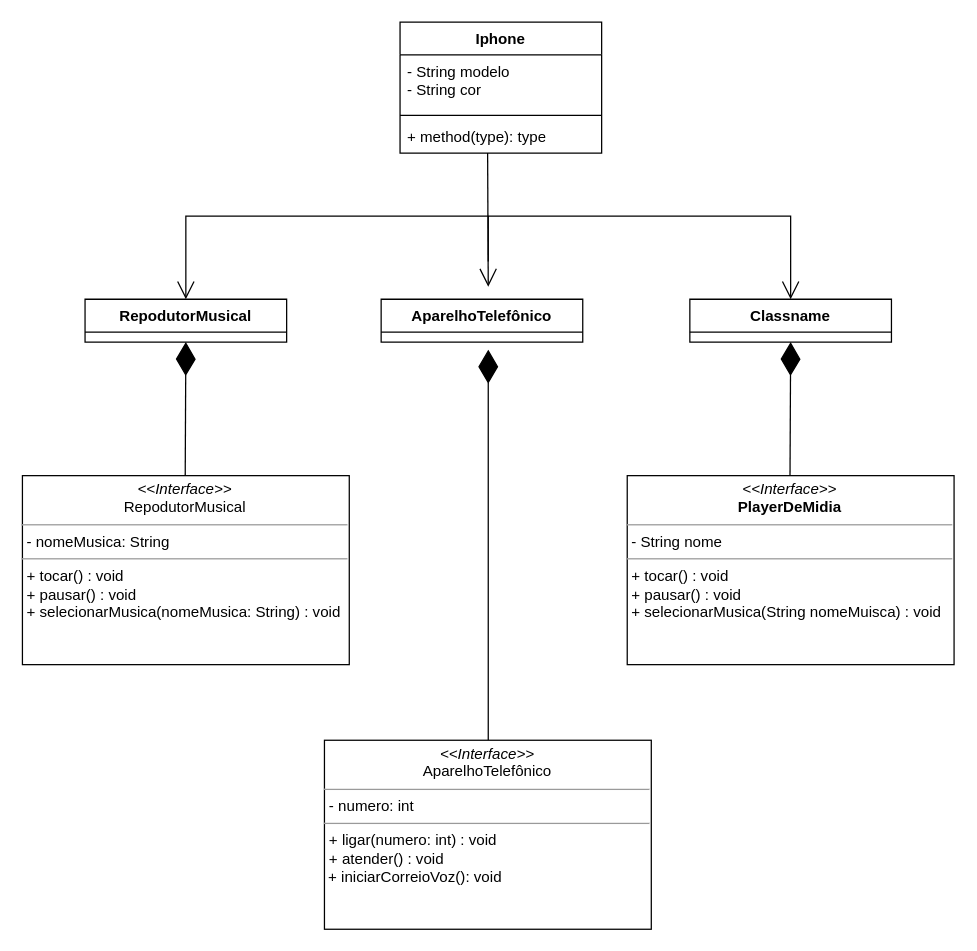
This is Untitled Diagram.drawio from xkyurax/uml-java-dio, a draw.io file, before an edit. Source tidied: cells renumbered, new cells numbered last; positions are measured from the earlier drawing's top-left corner, leaving out a move shared by most shapes. Both pictures are drawn from the tidied source at 126%, with x=0, y=0 at pixel (21, 21).
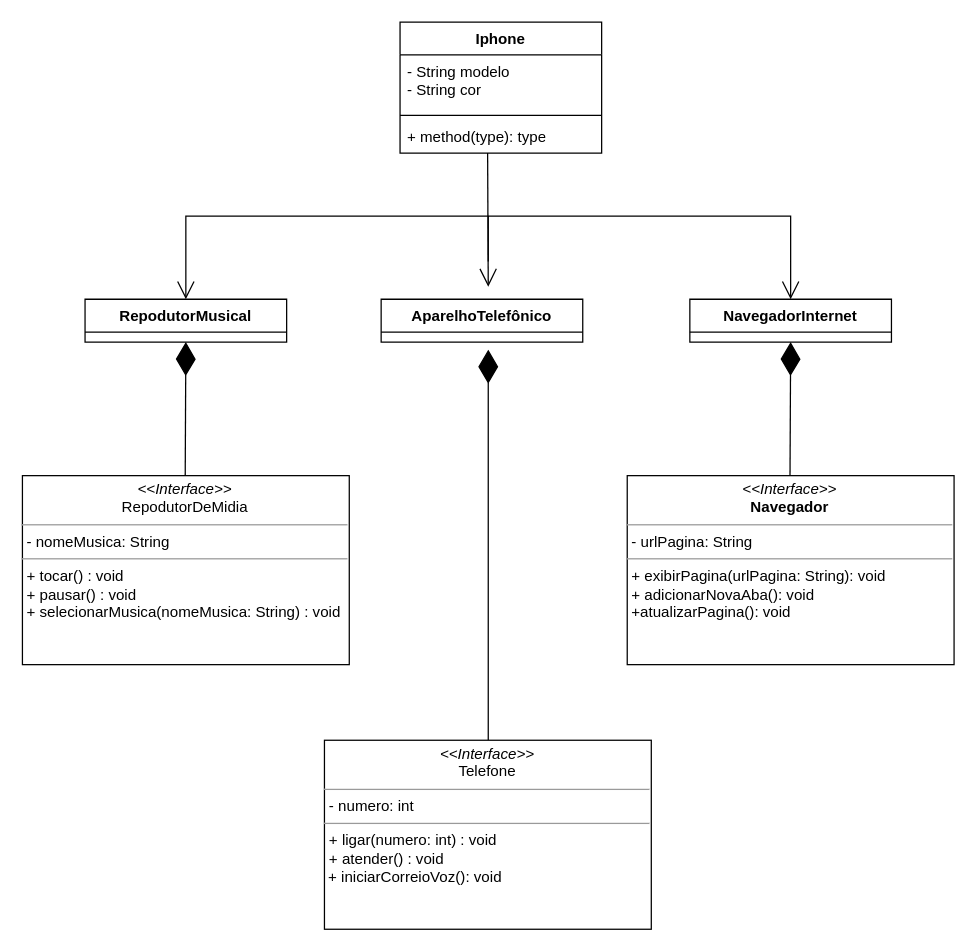
After the change.

What changed in the source:
```diff
@@
-    <mxCell id="9" value="&lt;p style=&quot;margin:0px;margin-top:4px;text-align:center;&quot;&gt;&lt;i&gt;&amp;lt;&amp;lt;Interface&amp;gt;&amp;gt;&lt;/i&gt;&lt;br&gt;RepodutorMusical&lt;br&gt;&lt;/p&gt;&lt;hr size=&quot;1&quot;&gt;&lt;p style=&quot;margin:0px;margin-left:4px;&quot;&gt;- nomeMusica: String&lt;/p&gt;&lt;hr size=&quot;1&quot;&gt;&lt;p style=&quot;margin:0px;margin-left:4px;&quot;&gt;+ tocar() : void&lt;br&gt;+ pausar() : void&lt;br&gt;&lt;/p&gt;&lt;p style=&quot;margin:0px;margin-left:4px;&quot;&gt;+ selecionarMusica&lt;span style=&quot;background-color: initial;&quot;&gt;(nomeMusica: String) : void&lt;/span&gt;&lt;/p&gt;" style="verticalAlign=top;align=left;overflow=fill;fontSize=12;fontFamily=Helvetica;html=1;whiteSpace=wrap;" parent="1" vertex="1">
+    <mxCell id="9" value="&lt;p style=&quot;margin:0px;margin-top:4px;text-align:center;&quot;&gt;&lt;i&gt;&amp;lt;&amp;lt;Interface&amp;gt;&amp;gt;&lt;/i&gt;&lt;br&gt;RepodutorDeMidia&lt;br&gt;&lt;/p&gt;&lt;hr size=&quot;1&quot;&gt;&lt;p style=&quot;margin:0px;margin-left:4px;&quot;&gt;- nomeMusica: String&lt;/p&gt;&lt;hr size=&quot;1&quot;&gt;&lt;p style=&quot;margin:0px;margin-left:4px;&quot;&gt;+ tocar() : void&lt;br&gt;+ pausar() : void&lt;br&gt;&lt;/p&gt;&lt;p style=&quot;margin:0px;margin-left:4px;&quot;&gt;+ selecionarMusica&lt;span style=&quot;background-color: initial;&quot;&gt;(nomeMusica: String) : void&lt;/span&gt;&lt;/p&gt;" style="verticalAlign=top;align=left;overflow=fill;fontSize=12;fontFamily=Helvetica;html=1;whiteSpace=wrap;" parent="1" vertex="1">
       <mxGeometry x="0.3" y="360" width="259.4" height="150" as="geometry" />
     </mxCell>
@@
-    <mxCell id="15" value="Classname" style="swimlane;fontStyle=1;align=center;verticalAlign=top;horizontal=1;startSize=26;whiteSpace=wrap;html=1;" parent="1" vertex="1">
+    <mxCell id="15" value="NavegadorInternet" style="swimlane;fontStyle=1;align=center;verticalAlign=top;horizontal=1;startSize=26;whiteSpace=wrap;html=1;" parent="1" vertex="1">
       <mxGeometry x="530" y="220" width="160" height="34" as="geometry" />
     </mxCell>
-    <mxCell id="16" value="&lt;p style=&quot;margin:0px;margin-top:4px;text-align:center;&quot;&gt;&lt;i&gt;&amp;lt;&amp;lt;Interface&amp;gt;&amp;gt;&lt;/i&gt;&lt;br&gt;AparelhoTelefônico&lt;br&gt;&lt;/p&gt;&lt;hr size=&quot;1&quot;&gt;&lt;p style=&quot;margin:0px;margin-left:4px;&quot;&gt;- numero: int&lt;/p&gt;&lt;hr size=&quot;1&quot;&gt;&lt;p style=&quot;margin:0px;margin-left:4px;&quot;&gt;+&amp;nbsp;ligar(numero: int) : void&lt;br&gt;+ atender() : void&lt;/p&gt;&amp;nbsp;+ iniciarCorreioVoz(): void" style="verticalAlign=top;align=left;overflow=fill;fontSize=12;fontFamily=Helvetica;html=1;whiteSpace=wrap;" parent="1" vertex="1">
+    <mxCell id="16" value="&lt;p style=&quot;margin:0px;margin-top:4px;text-align:center;&quot;&gt;&lt;i&gt;&amp;lt;&amp;lt;Interface&amp;gt;&amp;gt;&lt;/i&gt;&lt;br&gt;Telefone&lt;br&gt;&lt;/p&gt;&lt;hr size=&quot;1&quot;&gt;&lt;p style=&quot;margin:0px;margin-left:4px;&quot;&gt;- numero: int&lt;/p&gt;&lt;hr size=&quot;1&quot;&gt;&lt;p style=&quot;margin:0px;margin-left:4px;&quot;&gt;+&amp;nbsp;ligar(numero: int) : void&lt;br&gt;+ atender() : void&lt;/p&gt;&amp;nbsp;+ iniciarCorreioVoz(): void" style="verticalAlign=top;align=left;overflow=fill;fontSize=12;fontFamily=Helvetica;html=1;whiteSpace=wrap;" parent="1" vertex="1">
       <mxGeometry x="240" y="570" width="259.4" height="150" as="geometry" />
     </mxCell>
-    <mxCell id="17" value="&lt;p style=&quot;margin:0px;margin-top:4px;text-align:center;&quot;&gt;&lt;i&gt;&amp;lt;&amp;lt;Interface&amp;gt;&amp;gt;&lt;/i&gt;&lt;br&gt;&lt;b&gt;PlayerDeMidia&lt;/b&gt;&lt;/p&gt;&lt;hr size=&quot;1&quot;&gt;&lt;p style=&quot;margin:0px;margin-left:4px;&quot;&gt;- String nome&lt;/p&gt;&lt;hr size=&quot;1&quot;&gt;&lt;p style=&quot;margin:0px;margin-left:4px;&quot;&gt;+ tocar() : void&lt;br&gt;+ pausar() : void&lt;br&gt;&lt;/p&gt;&lt;p style=&quot;margin:0px;margin-left:4px;&quot;&gt;+ selecionarMusica&lt;span style=&quot;background-color: initial;&quot;&gt;(String nomeMuisca) : void&lt;/span&gt;&lt;/p&gt;" style="verticalAlign=top;align=left;overflow=fill;fontSize=12;fontFamily=Helvetica;html=1;whiteSpace=wrap;" parent="1" vertex="1">
+    <mxCell id="17" value="&lt;p style=&quot;margin:0px;margin-top:4px;text-align:center;&quot;&gt;&lt;i&gt;&amp;lt;&amp;lt;Interface&amp;gt;&amp;gt;&lt;/i&gt;&lt;br&gt;&lt;b&gt;Navegador&lt;/b&gt;&lt;/p&gt;&lt;hr size=&quot;1&quot;&gt;&lt;p style=&quot;margin:0px;margin-left:4px;&quot;&gt;- urlPagina: String&lt;/p&gt;&lt;hr size=&quot;1&quot;&gt;&lt;p style=&quot;margin:0px;margin-left:4px;&quot;&gt;+ exibirPagina(urlPagina: String): void&lt;/p&gt;&lt;p style=&quot;margin:0px;margin-left:4px;&quot;&gt;+ adicionarNovaAba(): void&lt;/p&gt;&lt;p style=&quot;margin:0px;margin-left:4px;&quot;&gt;+atualizarPagina(): void&lt;/p&gt;" style="verticalAlign=top;align=left;overflow=fill;fontSize=12;fontFamily=Helvetica;html=1;whiteSpace=wrap;" parent="1" vertex="1">
       <mxGeometry x="480.3" y="360" width="259.4" height="150" as="geometry" />
     </mxCell>
```
